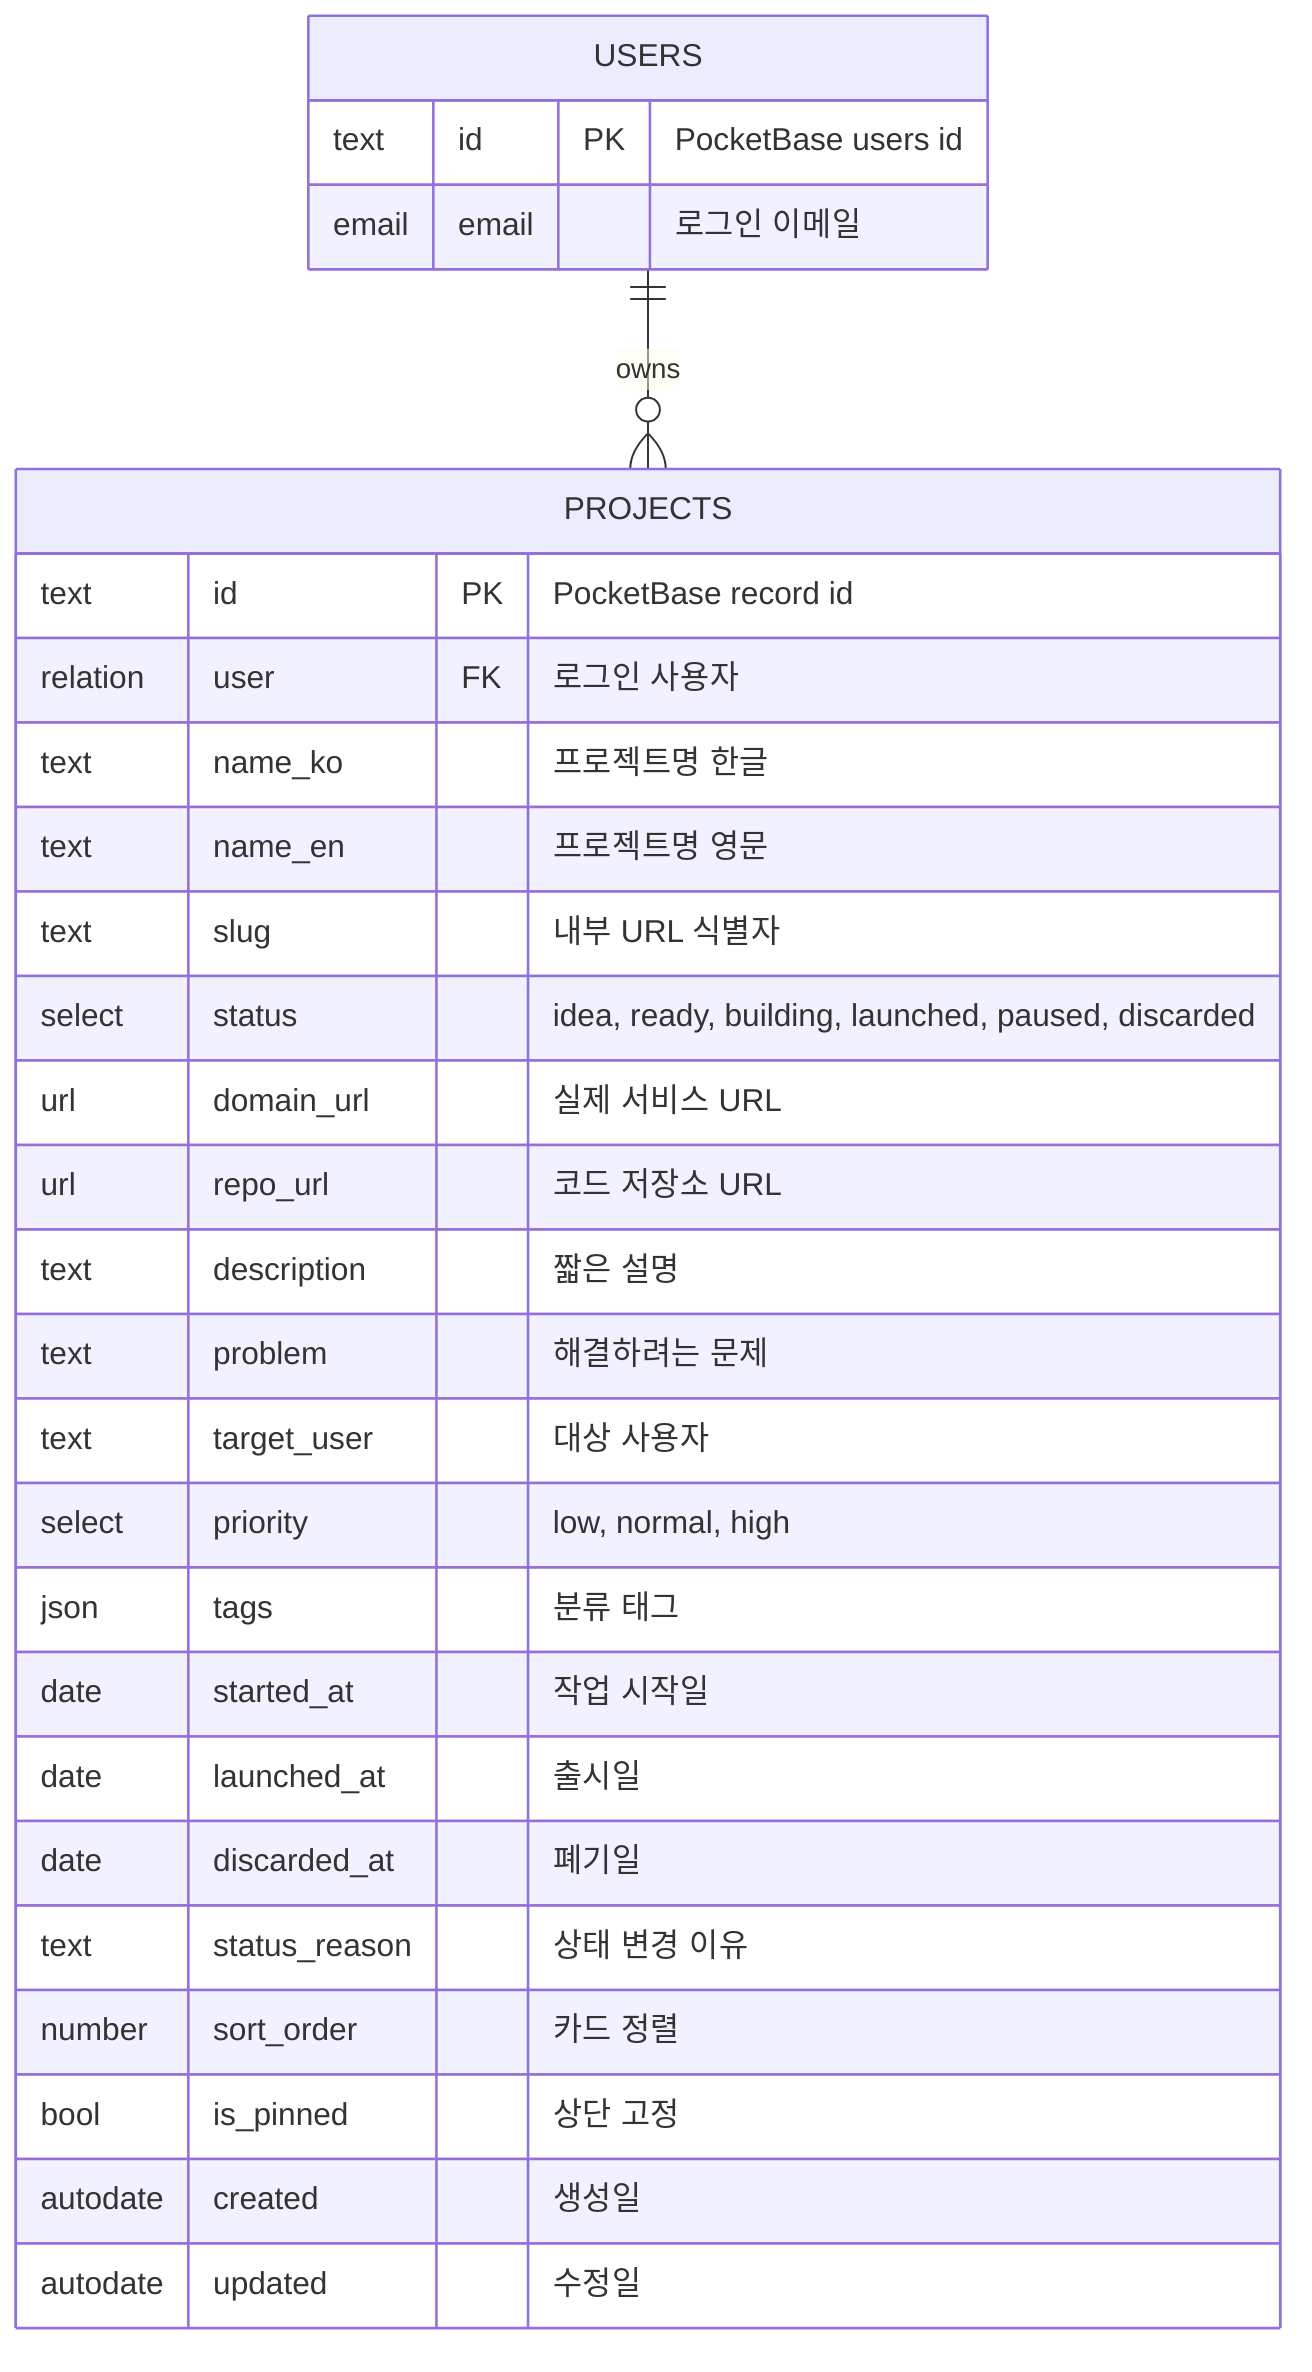
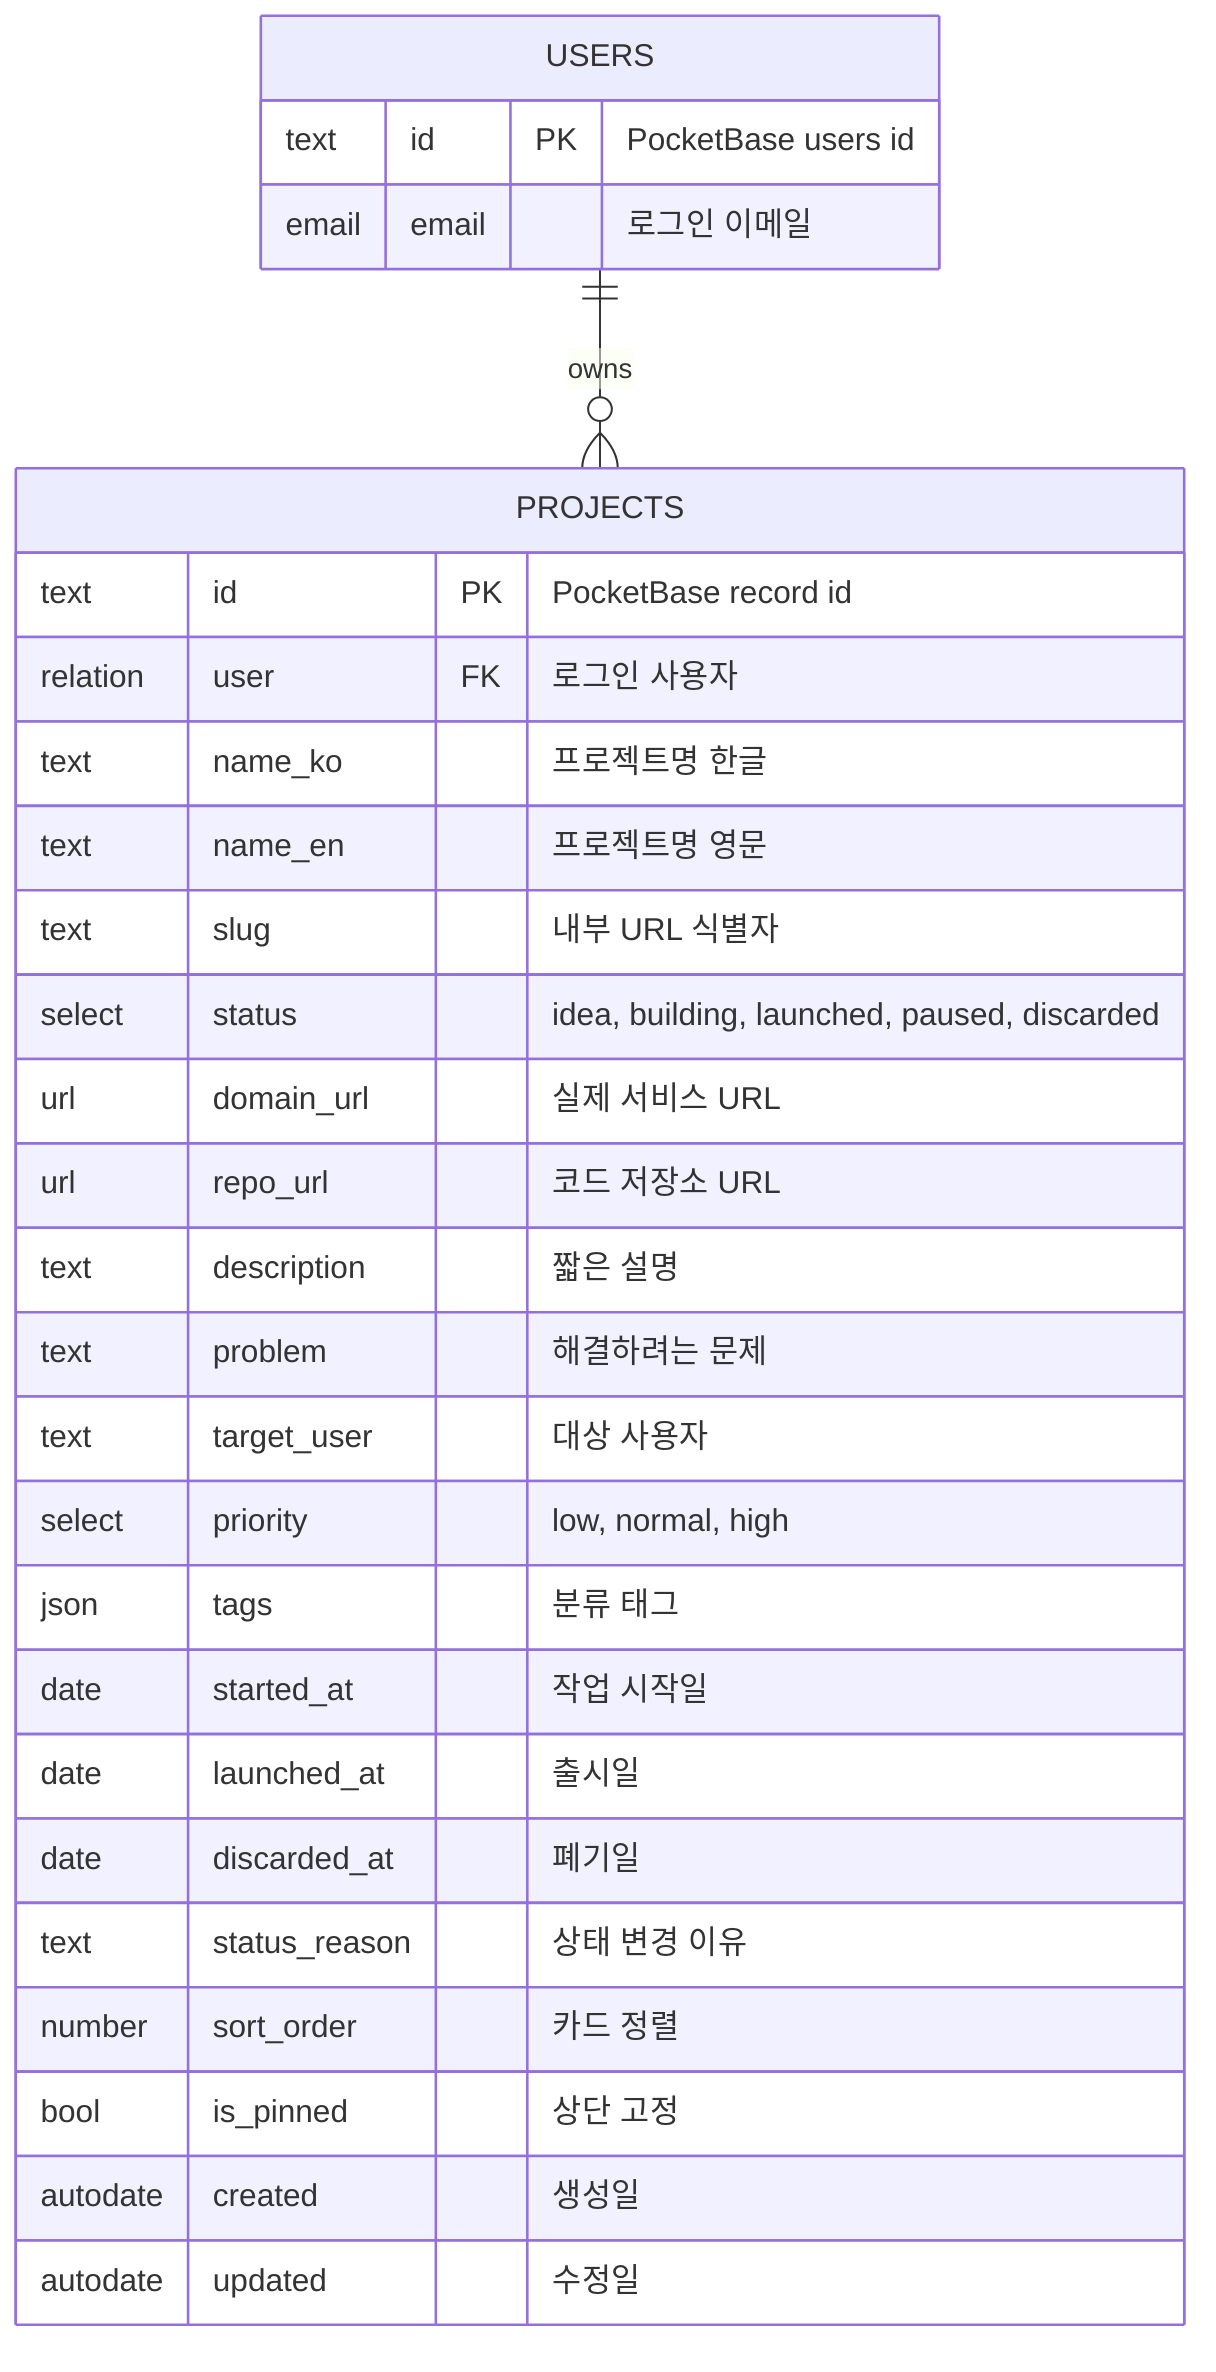
erDiagram
  USERS ||--o{ PROJECTS : owns

  USERS {
    text id PK "PocketBase users id"
    email email "로그인 이메일"
  }

  PROJECTS {
    text id PK "PocketBase record id"
    relation user FK "로그인 사용자"
    text name_ko "프로젝트명 한글"
    text name_en "프로젝트명 영문"
    text slug "내부 URL 식별자"
-     select status "idea, ready, building, launched, paused, discarded"
+     select status "idea, building, launched, paused, discarded"
    url domain_url "실제 서비스 URL"
    url repo_url "코드 저장소 URL"
    text description "짧은 설명"
    text problem "해결하려는 문제"
    text target_user "대상 사용자"
    select priority "low, normal, high"
    json tags "분류 태그"
    date started_at "작업 시작일"
    date launched_at "출시일"
    date discarded_at "폐기일"
    text status_reason "상태 변경 이유"
    number sort_order "카드 정렬"
    bool is_pinned "상단 고정"
    autodate created "생성일"
    autodate updated "수정일"
  }

%% status
%% - idea: 아이디어
- %% - ready: 작업전
%% - building: 작업중
%% - launched: 출시
%% - paused: 보류
%% - discarded: 폐기

%% priority
%% - low: 낮음
%% - normal: 보통
%% - high: 높음
